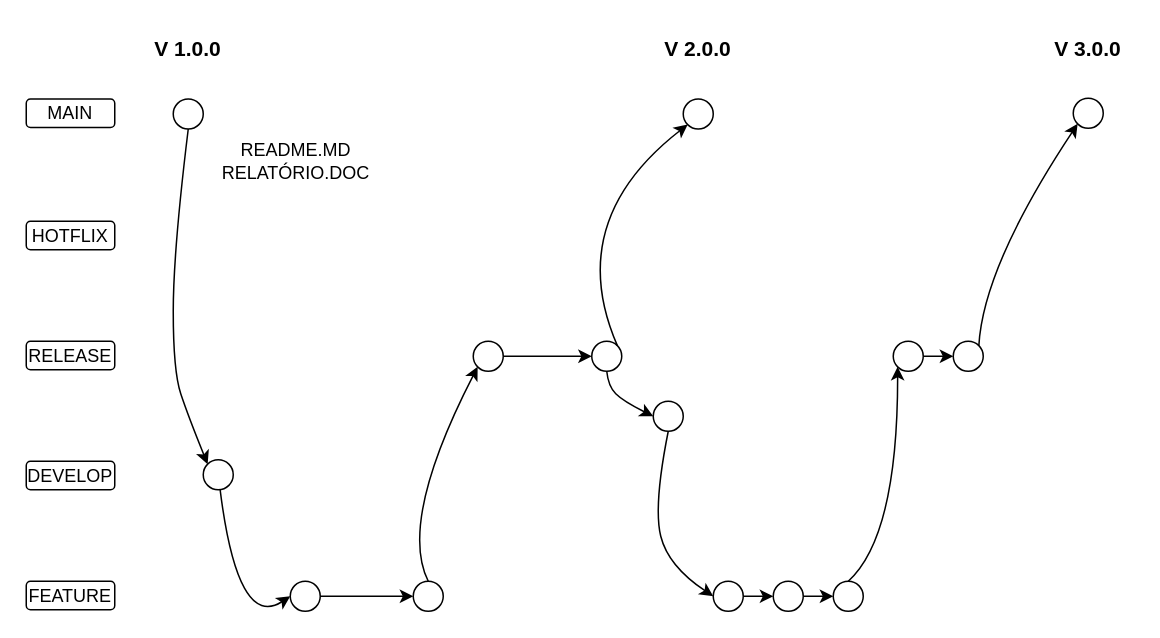
Earlier version of the draw.io diagram Diagrama sem nome.drawio (NandoBalzaneli/Projeto-Integrador-01). Source tidied: cells renumbered, new cells numbered last; positions are measured from the earlier drawing's top-left corner, leaving out a move shared by most shapes. Both pictures are drawn from the tidied source at 150%, with x=0, y=0 at pixel (26, 26).
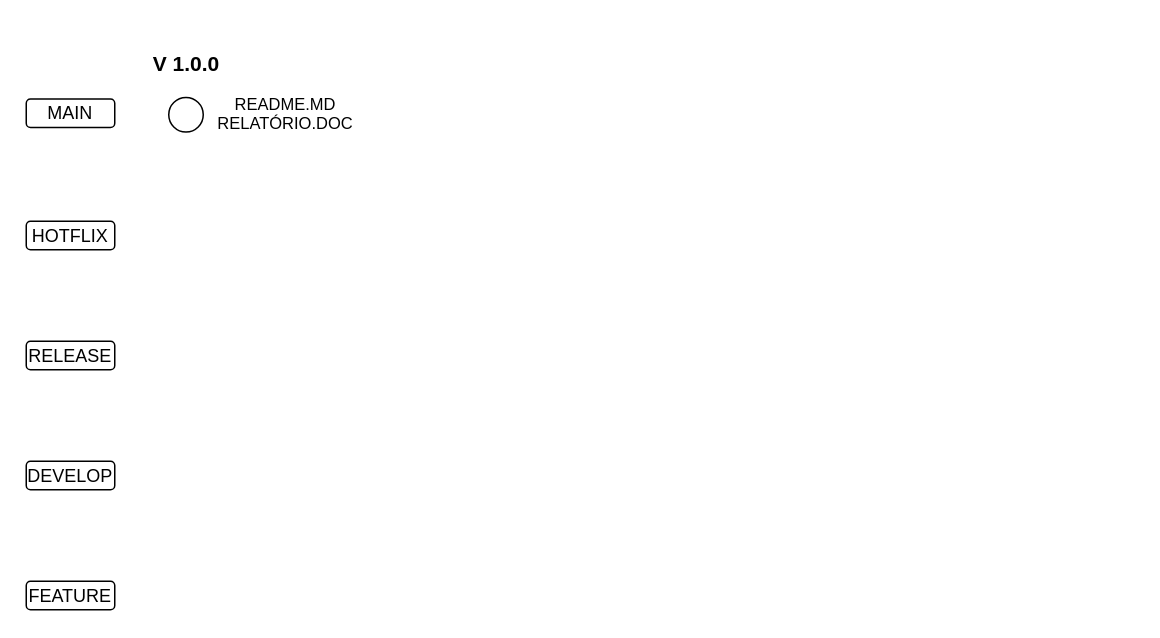
The same page after the edit.

What changed in the source:
```diff
@@
     <mxCell id="7" style="ellipse;whiteSpace=wrap;html=1;" parent="1" vertex="1">
-      <mxGeometry x="98" y="48.5" width="20" height="20" as="geometry" />
+      <mxGeometry x="95" y="47.5" width="23" height="23" as="geometry" />
     </mxCell>
     <mxCell id="8" value="V 1.0.0" style="text;html=1;align=center;verticalAlign=middle;whiteSpace=wrap;rounded=0;fontSize=14;fontStyle=1;" parent="1" vertex="1">
-      <mxGeometry x="78" width="60" height="30" as="geometry" />
+      <mxGeometry x="76.5" y="10" width="60" height="30" as="geometry" />
     </mxCell>
-    <mxCell id="9" value="README.MD&lt;div style=&quot;font-size: 12px;&quot;&gt;RELATÓRIO.DOC&lt;/div&gt;" style="text;html=1;align=center;verticalAlign=middle;whiteSpace=wrap;rounded=0;fontSize=12;" parent="1" vertex="1">
-      <mxGeometry x="155" y="80" width="50" height="19" as="geometry" />
+    <mxCell id="9" value="&lt;font style=&quot;font-size: 11px;&quot;&gt;README.MD&lt;/font&gt;&lt;div style=&quot;font-size: 11px;&quot;&gt;&lt;font style=&quot;font-size: 11px;&quot;&gt;RELATÓRIO.DOC&lt;/font&gt;&lt;/div&gt;" style="text;html=1;align=center;verticalAlign=middle;whiteSpace=wrap;rounded=0;fontSize=12;" parent="1" vertex="1">
+      <mxGeometry x="148" y="48.5" width="50" height="19" as="geometry" />
     </mxCell>
-    <mxCell id="10" style="curved=1;endArrow=classic;html=1;rounded=0;exitX=0.5;exitY=1;exitDx=0;exitDy=0;entryX=0;entryY=0;entryDx=0;entryDy=0;" parent="1" edge="1" source="7" target="11">
-      <mxGeometry relative="1" as="geometry">
-        <Array as="points">
-          <mxPoint x="98" y="150" />
-          <mxPoint x="98" y="230" />
-          <mxPoint x="108" y="260" />
-        </Array>
-      </mxGeometry>
-    </mxCell>
-    <mxCell id="11" style="ellipse;whiteSpace=wrap;html=1;" parent="1" vertex="1">
-      <mxGeometry x="118" y="289" width="20" height="20" as="geometry" />
-    </mxCell>
-    <mxCell id="12" style="curved=1;endArrow=classic;html=1;rounded=0;entryX=0;entryY=0.5;entryDx=0;entryDy=0;" parent="1" edge="1" source="11" target="14">
-      <mxGeometry relative="1" as="geometry">
-        <Array as="points">
-          <mxPoint x="141" y="403" />
-        </Array>
-      </mxGeometry>
-    </mxCell>
-    <mxCell id="13" style="edgeStyle=orthogonalEdgeStyle;rounded=0;jettySize=auto;html=1;exitX=1;exitY=0.5;exitDx=0;exitDy=0;entryX=0;entryY=0.5;entryDx=0;entryDy=0;" parent="1" edge="1" source="14" target="15">
-      <mxGeometry relative="1" as="geometry" />
-    </mxCell>
-    <mxCell id="14" style="ellipse;whiteSpace=wrap;html=1;" parent="1" vertex="1">
-      <mxGeometry x="176" y="370" width="20" height="20" as="geometry" />
-    </mxCell>
-    <mxCell id="15" style="ellipse;whiteSpace=wrap;html=1;" parent="1" vertex="1">
-      <mxGeometry x="258" y="370" width="20" height="20" as="geometry" />
-    </mxCell>
-    <mxCell id="16" style="edgeStyle=orthogonalEdgeStyle;rounded=0;jettySize=auto;html=1;exitX=1;exitY=0.5;exitDx=0;exitDy=0;entryX=0;entryY=0.5;entryDx=0;entryDy=0;" parent="1" edge="1" source="17" target="19">
-      <mxGeometry relative="1" as="geometry" />
-    </mxCell>
-    <mxCell id="17" style="ellipse;whiteSpace=wrap;html=1;" parent="1" vertex="1">
-      <mxGeometry x="298" y="210" width="20" height="20" as="geometry" />
-    </mxCell>
-    <mxCell id="18" style="curved=1;endArrow=classic;html=1;rounded=0;entryX=0;entryY=1;entryDx=0;entryDy=0;exitX=0.5;exitY=0;exitDx=0;exitDy=0;" parent="1" edge="1" source="15" target="17">
-      <mxGeometry relative="1" as="geometry">
-        <Array as="points">
-          <mxPoint x="248" y="330" />
-        </Array>
-      </mxGeometry>
-    </mxCell>
-    <mxCell id="19" style="ellipse;whiteSpace=wrap;html=1;" parent="1" vertex="1">
-      <mxGeometry x="377" y="210" width="20" height="20" as="geometry" />
-    </mxCell>
-    <mxCell id="20" style="ellipse;whiteSpace=wrap;html=1;" parent="1" vertex="1">
-      <mxGeometry x="438" y="48.5" width="20" height="20" as="geometry" />
-    </mxCell>
-    <mxCell id="21" style="curved=1;endArrow=classic;html=1;rounded=0;exitX=1;exitY=0;exitDx=0;exitDy=0;entryX=0;entryY=1;entryDx=0;entryDy=0;" parent="1" edge="1" source="19" target="20">
-      <mxGeometry relative="1" as="geometry">
-        <Array as="points">
-          <mxPoint x="358" y="130" />
-        </Array>
-      </mxGeometry>
-    </mxCell>
-    <mxCell id="22" value="&lt;font style=&quot;font-size: 14px;&quot;&gt;&lt;b&gt;V 2.0.0&lt;/b&gt;&lt;/font&gt;" style="text;html=1;align=center;verticalAlign=middle;whiteSpace=wrap;rounded=0;" parent="1" vertex="1">
-      <mxGeometry x="418" width="60" height="30" as="geometry" />
-    </mxCell>
-    <mxCell id="23" style="ellipse;whiteSpace=wrap;html=1;" parent="1" vertex="1">
-      <mxGeometry x="418" y="250" width="20" height="20" as="geometry" />
-    </mxCell>
-    <mxCell id="24" style="curved=1;endArrow=classic;html=1;rounded=0;exitX=0.5;exitY=1;exitDx=0;exitDy=0;entryX=0;entryY=0.5;entryDx=0;entryDy=0;" parent="1" edge="1" source="19" target="23">
-      <mxGeometry relative="1" as="geometry">
-        <Array as="points">
-          <mxPoint x="388" y="240" />
-          <mxPoint x="398" y="250" />
-        </Array>
-      </mxGeometry>
-    </mxCell>
-    <mxCell id="25" style="edgeStyle=orthogonalEdgeStyle;rounded=0;jettySize=auto;html=1;exitX=1;exitY=0.5;exitDx=0;exitDy=0;entryX=0;entryY=0.5;entryDx=0;entryDy=0;" parent="1" edge="1" source="26" target="28">
-      <mxGeometry relative="1" as="geometry" />
-    </mxCell>
-    <mxCell id="26" style="ellipse;whiteSpace=wrap;html=1;" parent="1" vertex="1">
-      <mxGeometry x="458" y="370" width="20" height="20" as="geometry" />
-    </mxCell>
-    <mxCell id="27" style="edgeStyle=orthogonalEdgeStyle;rounded=0;jettySize=auto;html=1;exitX=1;exitY=0.5;exitDx=0;exitDy=0;entryX=0;entryY=0.5;entryDx=0;entryDy=0;" parent="1" edge="1" source="28" target="29">
-      <mxGeometry relative="1" as="geometry" />
-    </mxCell>
-    <mxCell id="28" style="ellipse;whiteSpace=wrap;html=1;" parent="1" vertex="1">
-      <mxGeometry x="498" y="370" width="20" height="20" as="geometry" />
-    </mxCell>
-    <mxCell id="29" style="ellipse;whiteSpace=wrap;html=1;" parent="1" vertex="1">
-      <mxGeometry x="538" y="370" width="20" height="20" as="geometry" />
-    </mxCell>
@@
-    <mxCell id="31" style="curved=1;endArrow=classic;html=1;rounded=0;exitX=0.5;exitY=1;exitDx=0;exitDy=0;entryX=0;entryY=0.5;entryDx=0;entryDy=0;" parent="1" edge="1" source="23" target="26">
-      <mxGeometry relative="1" as="geometry">
-        <Array as="points">
-          <mxPoint x="418" y="320" />
-          <mxPoint x="428" y="360" />
-        </Array>
-      </mxGeometry>
-    </mxCell>
-    <mxCell id="32" style="edgeStyle=orthogonalEdgeStyle;rounded=0;jettySize=auto;html=1;exitX=1;exitY=0.5;exitDx=0;exitDy=0;entryX=0;entryY=0.5;entryDx=0;entryDy=0;" parent="1" edge="1" source="33" target="35">
-      <mxGeometry relative="1" as="geometry" />
-    </mxCell>
-    <mxCell id="33" style="ellipse;whiteSpace=wrap;html=1;" parent="1" vertex="1">
-      <mxGeometry x="578" y="210" width="20" height="20" as="geometry" />
-    </mxCell>
-    <mxCell id="34" style="curved=1;endArrow=classic;html=1;rounded=0;exitX=0.5;exitY=0;exitDx=0;exitDy=0;entryX=0;entryY=1;entryDx=0;entryDy=0;" parent="1" edge="1" source="29" target="33">
-      <mxGeometry relative="1" as="geometry">
-        <Array as="points">
-          <mxPoint x="581" y="340" />
-        </Array>
-      </mxGeometry>
-    </mxCell>
-    <mxCell id="35" style="ellipse;whiteSpace=wrap;html=1;" parent="1" vertex="1">
-      <mxGeometry x="618" y="210" width="20" height="20" as="geometry" />
-    </mxCell>
-    <mxCell id="36" style="curved=1;endArrow=classic;html=1;rounded=0;exitX=1;exitY=0;exitDx=0;exitDy=0;entryX=0;entryY=1;entryDx=0;entryDy=0;" parent="1" edge="1" source="35" target="37">
-      <mxGeometry relative="1" as="geometry">
-        <Array as="points">
-          <mxPoint x="638" y="160" />
-        </Array>
-      </mxGeometry>
-    </mxCell>
-    <mxCell id="37" style="ellipse;whiteSpace=wrap;html=1;" parent="1" vertex="1">
-      <mxGeometry x="698" y="48" width="20" height="20" as="geometry" />
-    </mxCell>
-    <mxCell id="38" value="&lt;b&gt;&lt;font style=&quot;font-size: 14px;&quot;&gt;V 3.0.0&lt;/font&gt;&lt;/b&gt;" style="text;html=1;align=center;verticalAlign=middle;whiteSpace=wrap;rounded=0;" parent="1" vertex="1">
-      <mxGeometry x="678" width="60" height="30" as="geometry" />
-    </mxCell>
```
